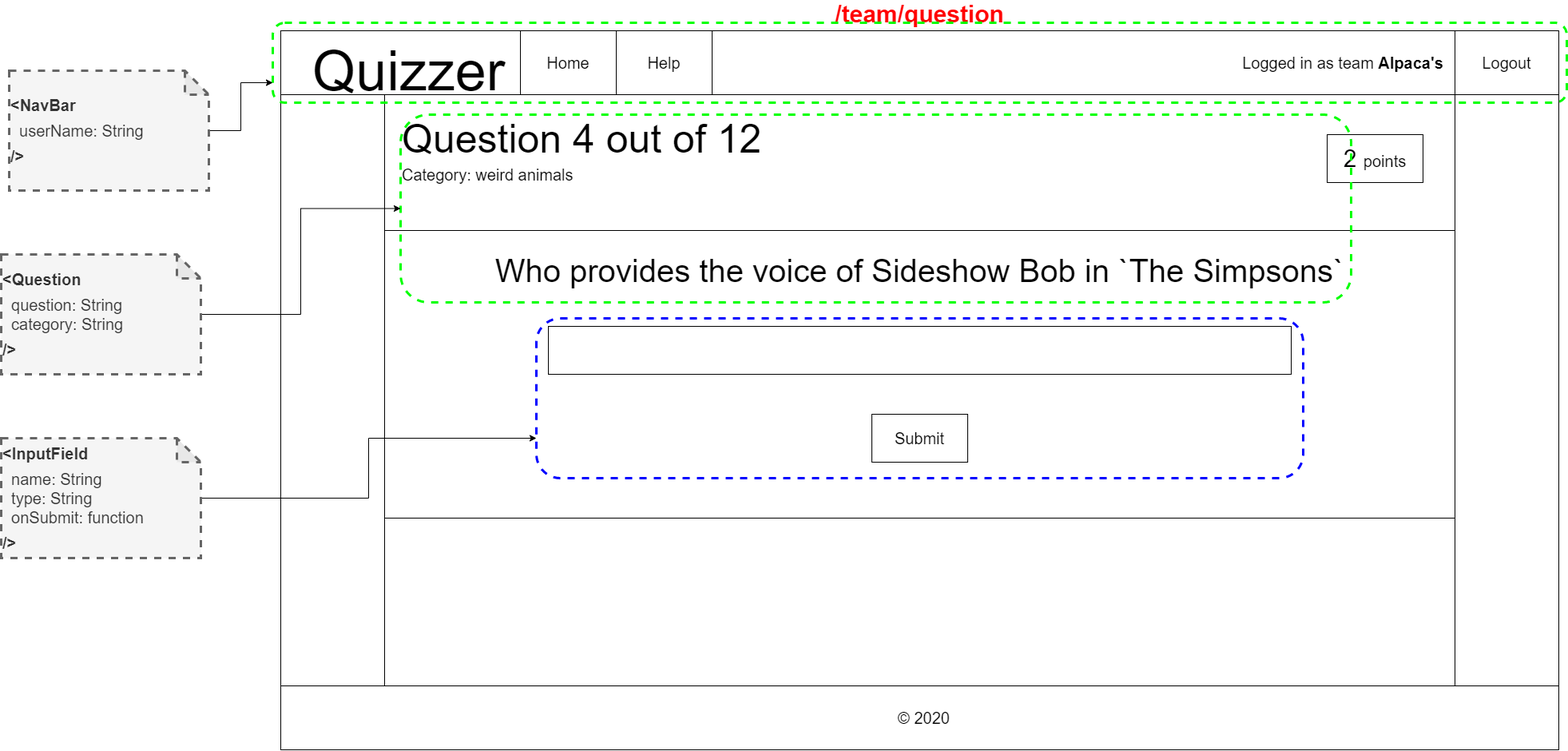
Above: docs/wireframes-with-react-components/team-questions.png in IkBenDeSjaak/Quizzer (draw.io), before the change. Source tidied: cells renumbered, new cells last; positions are measured from the earlier drawing's top-left corner, leaving out a move shared by most shapes.
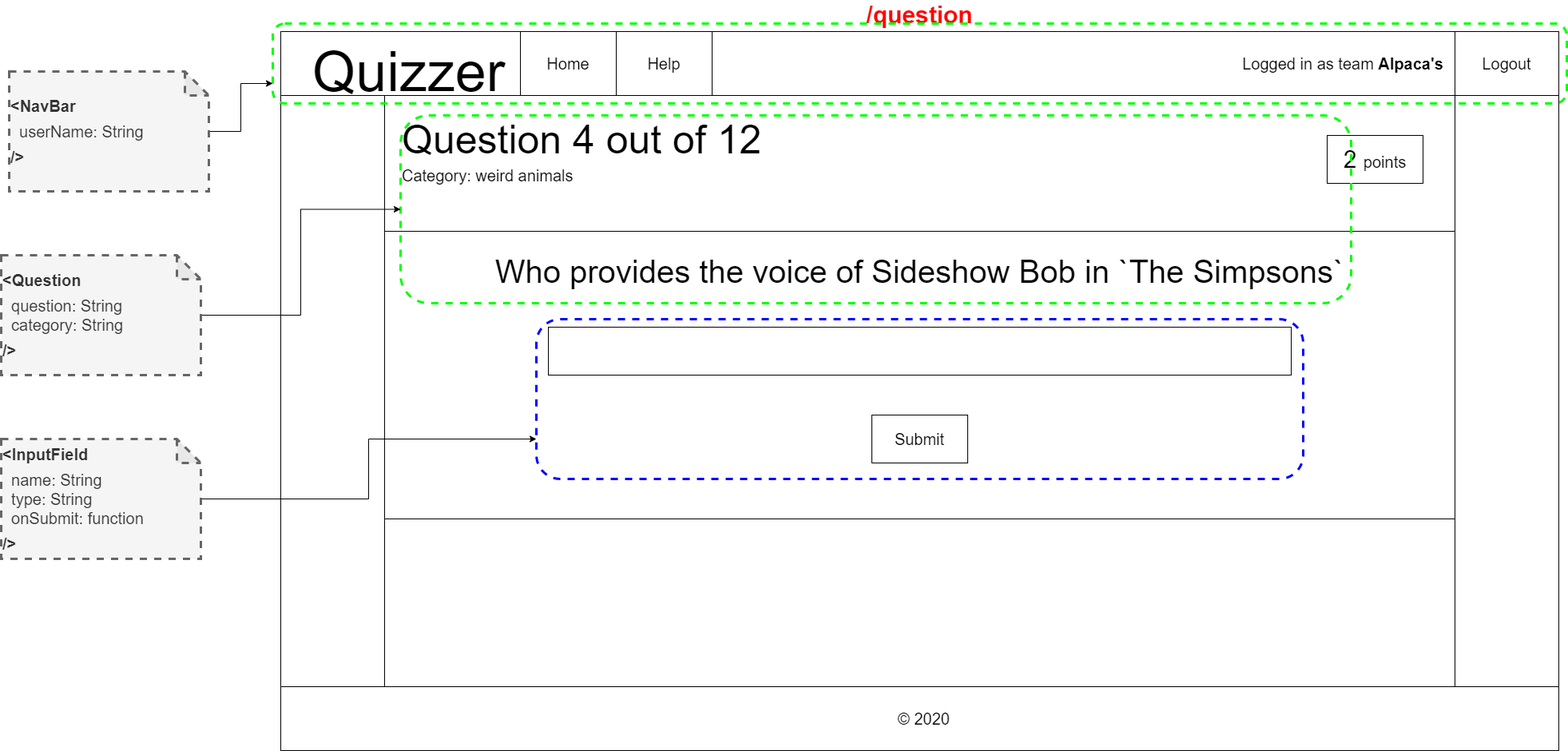
After the change.

What changed in the source:
```diff
@@ -5,7 +5,7 @@
     <mxCell id="2" style="group;" parent="1" vertex="1">
       <mxGeometry x="350" y="10" width="1610" height="900" as="geometry" />
     </mxCell>
-    <mxCell id="3" value="/team/question" style="rounded=0;whiteSpace=wrap;html=1;fontStyle=1;fontSize=30;labelPosition=center;verticalLabelPosition=top;align=center;verticalAlign=bottom;fontColor=#FF0000;" parent="2" vertex="1">
+    <mxCell id="3" value="/question" style="rounded=0;whiteSpace=wrap;html=1;fontStyle=1;fontSize=30;labelPosition=center;verticalLabelPosition=top;align=center;verticalAlign=bottom;fontColor=#FF0000;" parent="2" vertex="1">
       <mxGeometry width="1600" height="900" as="geometry" />
     </mxCell>
     <mxCell id="4" style="rounded=0;whiteSpace=wrap;html=1;" parent="2" vertex="1">
```
